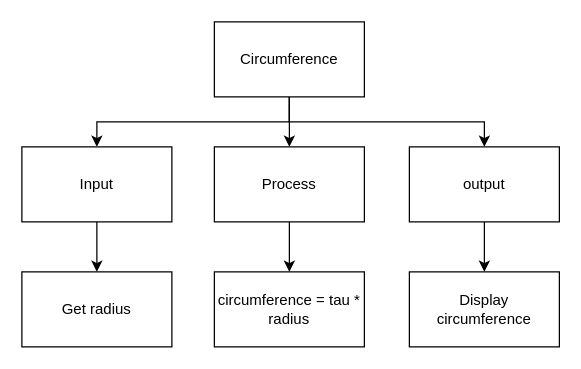
Samuel-Webster-178/ICS3U-Unit3-Unit3-08-Python keeps this draw.io diagram as page "Top Down" (2 of 2) of design.drawio. Above is the earlier version. Source tidied: cells renumbered, new cells numbered last; positions are measured from the earlier drawing's top-left corner, leaving out a move shared by most shapes. Both pictures are drawn from the tidied source at 125%, with x=0, y=0 at pixel (21, 21).
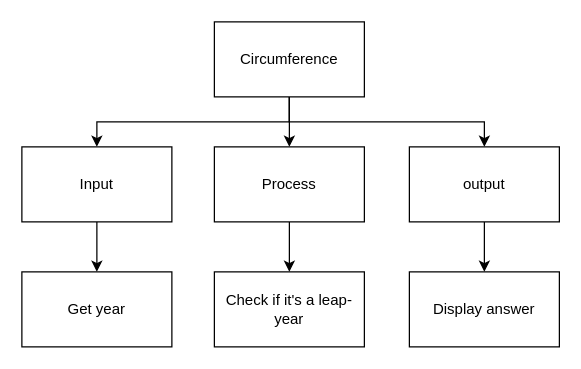
The same diagram, later.

Change to the diagram source:
```diff
@@
 <mxGraphModel>
   <root>
     <mxCell id="0" />
     <mxCell id="1" parent="0" />
     <mxCell id="2" style="edgeStyle=none;html=1;" parent="1" edge="1" source="5" target="9">
       <mxGeometry relative="1" as="geometry" />
     </mxCell>
     <mxCell id="3" style="edgeStyle=orthogonalEdgeStyle;html=1;entryX=0.5;entryY=0;entryDx=0;entryDy=0;rounded=0;" parent="1" edge="1" source="5" target="7">
       <mxGeometry relative="1" as="geometry">
         <Array as="points">
           <mxPoint x="214" y="80" />
           <mxPoint x="60" y="80" />
         </Array>
       </mxGeometry>
     </mxCell>
     <mxCell id="4" style="edgeStyle=orthogonalEdgeStyle;html=1;entryX=0.5;entryY=0;entryDx=0;entryDy=0;rounded=0;" parent="1" edge="1" source="5" target="11">
       <mxGeometry relative="1" as="geometry">
         <Array as="points">
           <mxPoint x="214" y="80" />
           <mxPoint x="370" y="80" />
         </Array>
       </mxGeometry>
     </mxCell>
     <mxCell id="5" value="Circumference" style="rounded=0;whiteSpace=wrap;html=1;" parent="1" vertex="1">
       <mxGeometry x="154" width="120" height="60" as="geometry" />
     </mxCell>
     <mxCell id="6" style="edgeStyle=orthogonalEdgeStyle;rounded=0;html=1;" parent="1" edge="1" source="7" target="12">
       <mxGeometry relative="1" as="geometry" />
     </mxCell>
     <mxCell id="7" value="Input" style="rounded=0;whiteSpace=wrap;html=1;" parent="1" vertex="1">
       <mxGeometry y="100" width="120" height="60" as="geometry" />
     </mxCell>
     <mxCell id="8" style="edgeStyle=orthogonalEdgeStyle;rounded=0;html=1;" parent="1" edge="1" source="9" target="13">
       <mxGeometry relative="1" as="geometry" />
     </mxCell>
     <mxCell id="9" value="Process" style="rounded=0;whiteSpace=wrap;html=1;" parent="1" vertex="1">
       <mxGeometry x="154" y="100" width="120" height="60" as="geometry" />
     </mxCell>
     <mxCell id="10" style="edgeStyle=orthogonalEdgeStyle;rounded=0;html=1;" parent="1" edge="1" source="11" target="14">
       <mxGeometry relative="1" as="geometry" />
     </mxCell>
     <mxCell id="11" value="output" style="rounded=0;whiteSpace=wrap;html=1;" parent="1" vertex="1">
       <mxGeometry x="310" y="100" width="120" height="60" as="geometry" />
     </mxCell>
-    <mxCell id="12" value="Get radius" style="rounded=0;whiteSpace=wrap;html=1;" parent="1" vertex="1">
+    <mxCell id="12" value="Get year" style="rounded=0;whiteSpace=wrap;html=1;" parent="1" vertex="1">
       <mxGeometry y="200" width="120" height="60" as="geometry" />
     </mxCell>
-    <mxCell id="13" value="circumference = tau * radius" style="rounded=0;whiteSpace=wrap;html=1;" parent="1" vertex="1">
+    <mxCell id="13" value="Check if it's a leap-year" style="rounded=0;whiteSpace=wrap;html=1;" parent="1" vertex="1">
       <mxGeometry x="154" y="200" width="120" height="60" as="geometry" />
     </mxCell>
-    <mxCell id="14" value="Display circumference" style="rounded=0;whiteSpace=wrap;html=1;" parent="1" vertex="1">
+    <mxCell id="14" value="Display answer" style="rounded=0;whiteSpace=wrap;html=1;" parent="1" vertex="1">
       <mxGeometry x="310" y="200" width="120" height="60" as="geometry" />
     </mxCell>
   </root>
 </mxGraphModel>
```
